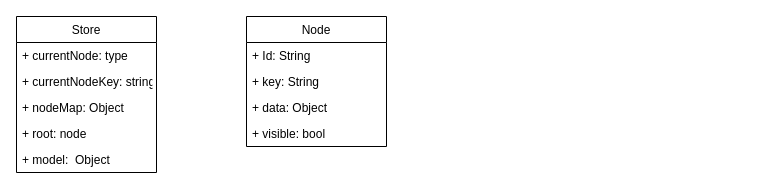
Before: doc/framework.dio in Aoqin/cmsform, a draw.io diagram. Source tidied: cells renumbered, new cells numbered last; positions are measured from the earlier drawing's top-left corner, leaving out a move shared by most shapes. Both pictures are drawn from the tidied source at 100%, with x=0, y=0 at pixel (16, 16).
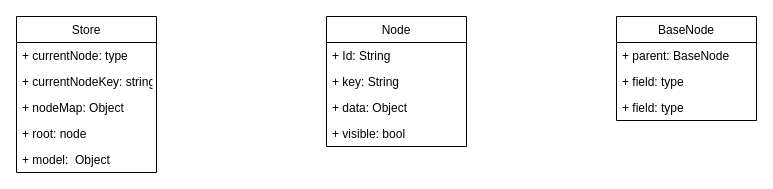
Above is the later version.

The edit, as a diff of the source:
```diff
@@
 <mxGraphModel>
   <root>
     <mxCell id="0" />
     <mxCell id="1" parent="0" />
     <mxCell id="2" value="Store" style="swimlane;fontStyle=0;horizontal=1;startSize=26;fillColor=none;" parent="1" vertex="1">
       <mxGeometry width="140" height="156" as="geometry" />
     </mxCell>
     <mxCell id="3" value="+ currentNode: type" style="text;strokeColor=none;fillColor=none;align=left;verticalAlign=top;spacingLeft=4;spacingRight=4;overflow=hidden;" parent="2" vertex="1">
       <mxGeometry y="26" width="140" height="26" as="geometry" />
     </mxCell>
     <mxCell id="4" value="+ currentNodeKey: string" style="text;strokeColor=none;fillColor=none;align=left;verticalAlign=top;spacingLeft=4;spacingRight=4;overflow=hidden;" parent="2" vertex="1">
       <mxGeometry y="52" width="140" height="26" as="geometry" />
     </mxCell>
     <mxCell id="5" value="+ nodeMap: Object" style="text;strokeColor=none;fillColor=none;align=left;verticalAlign=top;spacingLeft=4;spacingRight=4;overflow=hidden;" parent="2" vertex="1">
       <mxGeometry y="78" width="140" height="26" as="geometry" />
     </mxCell>
     <mxCell id="6" value="+ root: node" style="text;strokeColor=none;fillColor=none;align=left;verticalAlign=top;spacingLeft=4;spacingRight=4;overflow=hidden;" parent="2" vertex="1">
       <mxGeometry y="104" width="140" height="26" as="geometry" />
     </mxCell>
     <mxCell id="7" value="+ model:  Object" style="text;strokeColor=none;fillColor=none;align=left;verticalAlign=top;spacingLeft=4;spacingRight=4;overflow=hidden;" parent="2" vertex="1">
       <mxGeometry y="130" width="140" height="26" as="geometry" />
     </mxCell>
     <mxCell id="8" value="Node" style="swimlane;fontStyle=0;horizontal=1;startSize=26;fillColor=none;" parent="1" vertex="1">
-      <mxGeometry x="230" width="140" height="130" as="geometry" />
+      <mxGeometry x="310" width="140" height="130" as="geometry" />
     </mxCell>
     <mxCell id="9" value="+ Id: String" style="text;strokeColor=none;fillColor=none;align=left;verticalAlign=top;spacingLeft=4;spacingRight=4;overflow=hidden;" parent="8" vertex="1">
       <mxGeometry y="26" width="140" height="26" as="geometry" />
     </mxCell>
     <mxCell id="10" value="+ key: String" style="text;strokeColor=none;fillColor=none;align=left;verticalAlign=top;spacingLeft=4;spacingRight=4;overflow=hidden;" parent="8" vertex="1">
       <mxGeometry y="52" width="140" height="26" as="geometry" />
     </mxCell>
     <mxCell id="11" value="+ data: Object" style="text;strokeColor=none;fillColor=none;align=left;verticalAlign=top;spacingLeft=4;spacingRight=4;overflow=hidden;" parent="8" vertex="1">
       <mxGeometry y="78" width="140" height="26" as="geometry" />
     </mxCell>
     <mxCell id="12" value="+ visible: bool" style="text;strokeColor=none;fillColor=none;align=left;verticalAlign=top;spacingLeft=4;spacingRight=4;overflow=hidden;" parent="8" vertex="1">
       <mxGeometry y="104" width="140" height="26" as="geometry" />
     </mxCell>
+    <mxCell id="13" value="BaseNode" style="swimlane;fontStyle=0;horizontal=1;startSize=26;fillColor=none;" parent="1" vertex="1">
+      <mxGeometry x="600" width="140" height="104" as="geometry" />
+    </mxCell>
+    <mxCell id="14" value="+ parent: BaseNode" style="text;strokeColor=none;fillColor=none;align=left;verticalAlign=top;spacingLeft=4;spacingRight=4;overflow=hidden;" parent="13" vertex="1">
+      <mxGeometry y="26" width="140" height="26" as="geometry" />
+    </mxCell>
+    <mxCell id="15" value="+ field: type" style="text;strokeColor=none;fillColor=none;align=left;verticalAlign=top;spacingLeft=4;spacingRight=4;overflow=hidden;" parent="13" vertex="1">
+      <mxGeometry y="52" width="140" height="26" as="geometry" />
+    </mxCell>
+    <mxCell id="16" value="+ field: type" style="text;strokeColor=none;fillColor=none;align=left;verticalAlign=top;spacingLeft=4;spacingRight=4;overflow=hidden;" parent="13" vertex="1">
+      <mxGeometry y="78" width="140" height="26" as="geometry" />
+    </mxCell>
   </root>
 </mxGraphModel>
```
